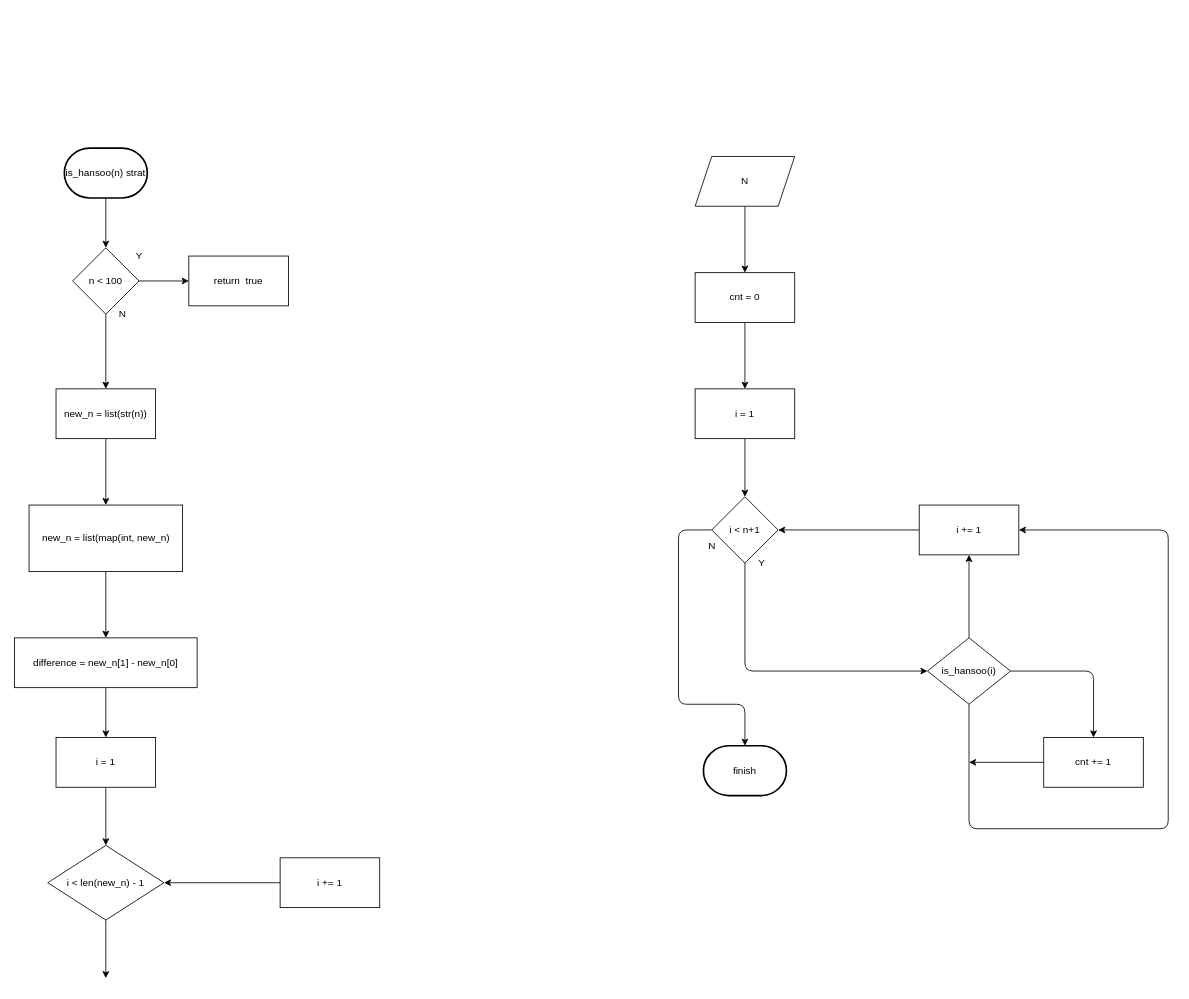
This is stage/05_function/1065.drawio from Gyeongrok-Oh/boj, a draw.io file, before an edit. Source tidied: cells renumbered, new cells numbered last; positions are measured from the earlier drawing's top-left corner, leaving out a move shared by most shapes. Both pictures are drawn from the tidied source at 83%, with x=0, y=0 at pixel (14, 148).
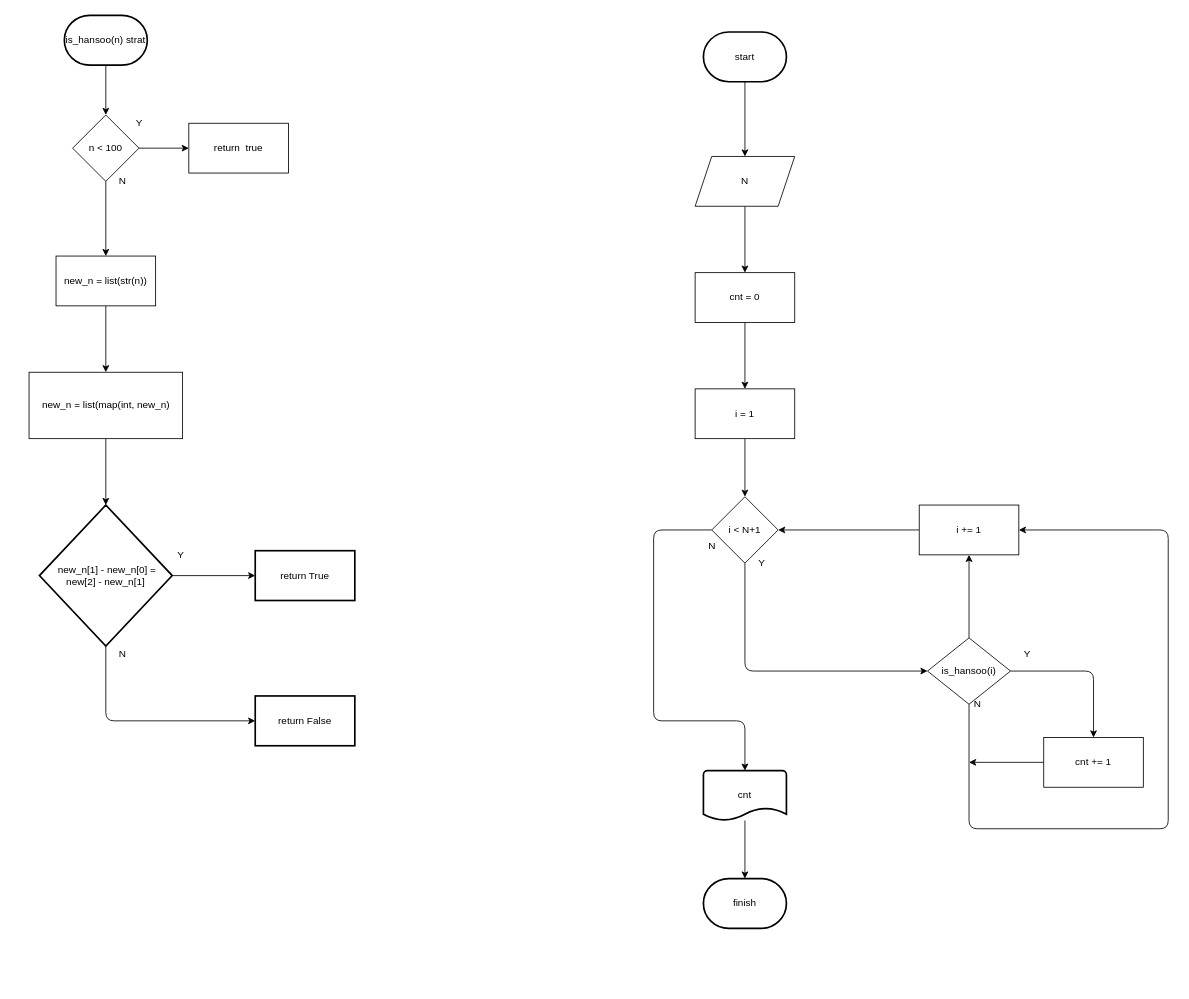
The same diagram, later.

Unchanged cells that the change refers to:
```xml
<mxCell id="15" value="N" style="shape=parallelogram;perimeter=parallelogramPerimeter;whiteSpace=wrap;html=1;fixedSize=1;" parent="1" vertex="1">
  <mxGeometry x="820" y="10" width="120" height="60" as="geometry" />
</mxCell>
```

The edit, as a diff of the source:
```diff
@@
     <mxCell id="2" style="edgeStyle=none;html=1;" parent="1" edge="1" source="3">
       <mxGeometry relative="1" as="geometry">
-        <mxPoint x="110" y="120" as="targetPoint" />
+        <mxPoint x="110" y="-40" as="targetPoint" />
       </mxGeometry>
     </mxCell>
     <mxCell id="3" value="is_hansoo(n) strat" style="strokeWidth=2;html=1;shape=mxgraph.flowchart.terminator;whiteSpace=wrap;" parent="1" vertex="1">
-      <mxGeometry x="60" width="100" height="60" as="geometry" />
+      <mxGeometry x="60" y="-160" width="100" height="60" as="geometry" />
     </mxCell>
@@
     <mxCell id="6" value="n &amp;lt; 100" style="rhombus;whiteSpace=wrap;html=1;" parent="1" vertex="1">
-      <mxGeometry x="70" y="120" width="80" height="80" as="geometry" />
+      <mxGeometry x="70" y="-40" width="80" height="80" as="geometry" />
     </mxCell>
     <mxCell id="7" value="return&amp;nbsp; true" style="whiteSpace=wrap;html=1;" parent="1" vertex="1">
-      <mxGeometry x="210" y="130" width="120" height="60" as="geometry" />
+      <mxGeometry x="210" y="-30" width="120" height="60" as="geometry" />
     </mxCell>
     <mxCell id="8" value="Y" style="text;html=1;align=center;verticalAlign=middle;strokeColor=none;fillColor=none;" parent="1" vertex="1">
-      <mxGeometry x="140" y="120" width="20" height="20" as="geometry" />
+      <mxGeometry x="140" y="-40" width="20" height="20" as="geometry" />
     </mxCell>
@@
     <mxCell id="10" value="new_n = list(str(n))" style="whiteSpace=wrap;html=1;" parent="1" vertex="1">
-      <mxGeometry x="50" y="290" width="120" height="60" as="geometry" />
+      <mxGeometry x="50" y="130" width="120" height="60" as="geometry" />
     </mxCell>
     <mxCell id="11" value="N" style="text;html=1;align=center;verticalAlign=middle;strokeColor=none;fillColor=none;" parent="1" vertex="1">
-      <mxGeometry x="120" y="190" width="20" height="20" as="geometry" />
+      <mxGeometry x="120" y="30" width="20" height="20" as="geometry" />
     </mxCell>
-    <mxCell id="12" style="edgeStyle=none;html=1;" parent="1" edge="1" source="13" target="41">
-      <mxGeometry relative="1" as="geometry" />
+    <mxCell id="12" style="edgeStyle=none;html=1;" parent="1" edge="1" source="13">
+      <mxGeometry relative="1" as="geometry">
+        <mxPoint x="110" y="430" as="targetPoint" />
+      </mxGeometry>
     </mxCell>
     <mxCell id="13" value="new_n = list(map(int, new_n)" style="whiteSpace=wrap;html=1;" parent="1" vertex="1">
-      <mxGeometry x="17.5" y="430" width="185" height="80" as="geometry" />
+      <mxGeometry x="17.5" y="270" width="185" height="80" as="geometry" />
     </mxCell>
@@
-    <mxCell id="21" style="edgeStyle=none;html=1;" parent="1" edge="1" source="22" target="26">
-      <mxGeometry relative="1" as="geometry">
-        <Array as="points">
-          <mxPoint x="800" y="460" />
-          <mxPoint x="800" y="670" />
-          <mxPoint x="880" y="670" />
-        </Array>
-      </mxGeometry>
-    </mxCell>
+    <mxCell id="42" style="edgeStyle=none;html=1;entryX=0.5;entryY=0;entryDx=0;entryDy=0;entryPerimeter=0;" parent="1" edge="1" source="22" target="54">
+      <mxGeometry relative="1" as="geometry">
+        <Array as="points">
+          <mxPoint x="770" y="460" />
+          <mxPoint x="770" y="690" />
+          <mxPoint x="880" y="690" />
+        </Array>
+      </mxGeometry>
+    </mxCell>
-    <mxCell id="22" value="i &amp;lt; n+1" style="rhombus;whiteSpace=wrap;html=1;" parent="1" vertex="1">
+    <mxCell id="22" value="i &amp;lt; N+1" style="rhombus;whiteSpace=wrap;html=1;" parent="1" vertex="1">
       <mxGeometry x="840" y="420" width="80" height="80" as="geometry" />
     </mxCell>
@@
     <mxCell id="26" value="finish" style="strokeWidth=2;html=1;shape=mxgraph.flowchart.terminator;whiteSpace=wrap;" parent="1" vertex="1">
-      <mxGeometry x="830" y="720" width="100" height="60" as="geometry" />
+      <mxGeometry x="830" y="880" width="100" height="60" as="geometry" />
     </mxCell>
@@
-    <mxCell id="34" style="edgeStyle=none;html=1;" parent="1" edge="1" source="35" target="37">
-      <mxGeometry relative="1" as="geometry" />
-    </mxCell>
-    <mxCell id="35" value="i = 1" style="whiteSpace=wrap;html=1;" parent="1" vertex="1">
-      <mxGeometry x="50" y="710" width="120" height="60" as="geometry" />
-    </mxCell>
-    <mxCell id="36" style="edgeStyle=none;html=1;" parent="1" edge="1" source="37">
-      <mxGeometry relative="1" as="geometry">
-        <mxPoint x="110" y="1000" as="targetPoint" />
-      </mxGeometry>
-    </mxCell>
-    <mxCell id="37" value="i &amp;lt; len(new_n) - 1" style="rhombus;whiteSpace=wrap;html=1;" parent="1" vertex="1">
-      <mxGeometry x="40" y="840" width="140" height="90" as="geometry" />
-    </mxCell>
-    <mxCell id="38" style="edgeStyle=none;html=1;entryX=1;entryY=0.5;entryDx=0;entryDy=0;" parent="1" edge="1" source="39" target="37">
-      <mxGeometry relative="1" as="geometry" />
-    </mxCell>
-    <mxCell id="39" value="i += 1" style="whiteSpace=wrap;html=1;" parent="1" vertex="1">
-      <mxGeometry x="320" y="855" width="120" height="60" as="geometry" />
-    </mxCell>
+    <mxCell id="43" style="edgeStyle=none;html=1;" parent="1" edge="1" source="40" target="45">
+      <mxGeometry relative="1" as="geometry" />
+    </mxCell>
+    <mxCell id="44" style="edgeStyle=none;html=1;" parent="1" edge="1" source="40" target="47">
+      <mxGeometry relative="1" as="geometry">
+        <Array as="points">
+          <mxPoint x="110" y="690" />
+        </Array>
+      </mxGeometry>
+    </mxCell>
-    <mxCell id="40" style="edgeStyle=none;html=1;" parent="1" edge="1" source="41" target="35">
-      <mxGeometry relative="1" as="geometry" />
+    <mxCell id="40" value="&amp;nbsp;new_n[1] - new_n[0] = new[2] - new_n[1]" style="strokeWidth=2;html=1;shape=mxgraph.flowchart.decision;whiteSpace=wrap;" parent="1" vertex="1">
+      <mxGeometry x="30" y="430" width="160" height="170" as="geometry" />
     </mxCell>
-    <mxCell id="41" value="difference = new_n[1] - new_n[0]" style="whiteSpace=wrap;html=1;" parent="1" vertex="1">
-      <mxGeometry y="590" width="220" height="60" as="geometry" />
-    </mxCell>
+    <mxCell id="45" value="return True" style="whiteSpace=wrap;html=1;strokeWidth=2;" parent="1" vertex="1">
+      <mxGeometry x="290" y="485" width="120" height="60" as="geometry" />
+    </mxCell>
+    <mxCell id="46" value="Y" style="text;html=1;align=center;verticalAlign=middle;strokeColor=none;fillColor=none;" parent="1" vertex="1">
+      <mxGeometry x="190" y="480" width="20" height="20" as="geometry" />
+    </mxCell>
+    <mxCell id="47" value="return False" style="whiteSpace=wrap;html=1;strokeWidth=2;" parent="1" vertex="1">
+      <mxGeometry x="290" y="660" width="120" height="60" as="geometry" />
+    </mxCell>
+    <mxCell id="48" value="N" style="text;html=1;align=center;verticalAlign=middle;strokeColor=none;fillColor=none;" parent="1" vertex="1">
+      <mxGeometry x="120" y="600" width="20" height="20" as="geometry" />
+    </mxCell>
+    <mxCell id="49" style="edgeStyle=none;html=1;" parent="1" edge="1" source="50" target="15">
+      <mxGeometry relative="1" as="geometry" />
+    </mxCell>
+    <mxCell id="50" value="start" style="strokeWidth=2;html=1;shape=mxgraph.flowchart.terminator;whiteSpace=wrap;" parent="1" vertex="1">
+      <mxGeometry x="830" y="-140" width="100" height="60" as="geometry" />
+    </mxCell>
+    <mxCell id="51" value="Y" style="text;html=1;align=center;verticalAlign=middle;strokeColor=none;fillColor=none;" parent="1" vertex="1">
+      <mxGeometry x="1210" y="600" width="20" height="20" as="geometry" />
+    </mxCell>
+    <mxCell id="52" value="N" style="text;html=1;align=center;verticalAlign=middle;strokeColor=none;fillColor=none;" parent="1" vertex="1">
+      <mxGeometry x="1150" y="660" width="20" height="20" as="geometry" />
+    </mxCell>
+    <mxCell id="53" style="edgeStyle=none;html=1;" parent="1" edge="1" source="54" target="26">
+      <mxGeometry relative="1" as="geometry" />
+    </mxCell>
+    <mxCell id="54" value="cnt" style="strokeWidth=2;html=1;shape=mxgraph.flowchart.document2;whiteSpace=wrap;size=0.25;" parent="1" vertex="1">
+      <mxGeometry x="830" y="750" width="100" height="60" as="geometry" />
+    </mxCell>
```
